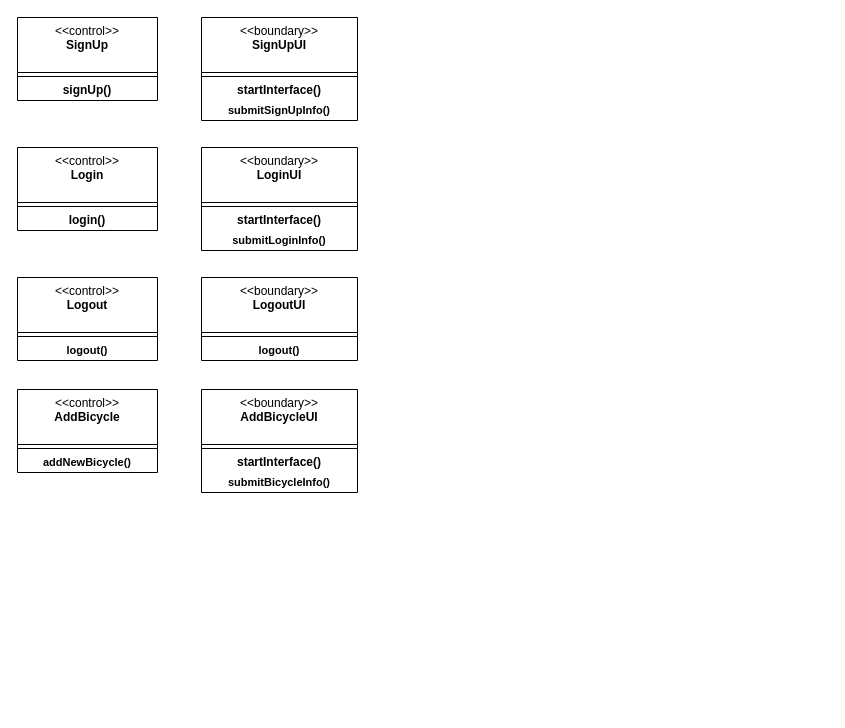
hoyun06/2025-hongik-se-hw-2 keeps this draw.io diagram as HW2-1/analysis class diagram.drawio. Above is the earlier version. Source tidied: cells renumbered, new cells numbered last; positions are measured from the earlier drawing's top-left corner, leaving out a move shared by most shapes. Both pictures are drawn from the tidied source at 100%, with x=0, y=0 at pixel (17, 17).
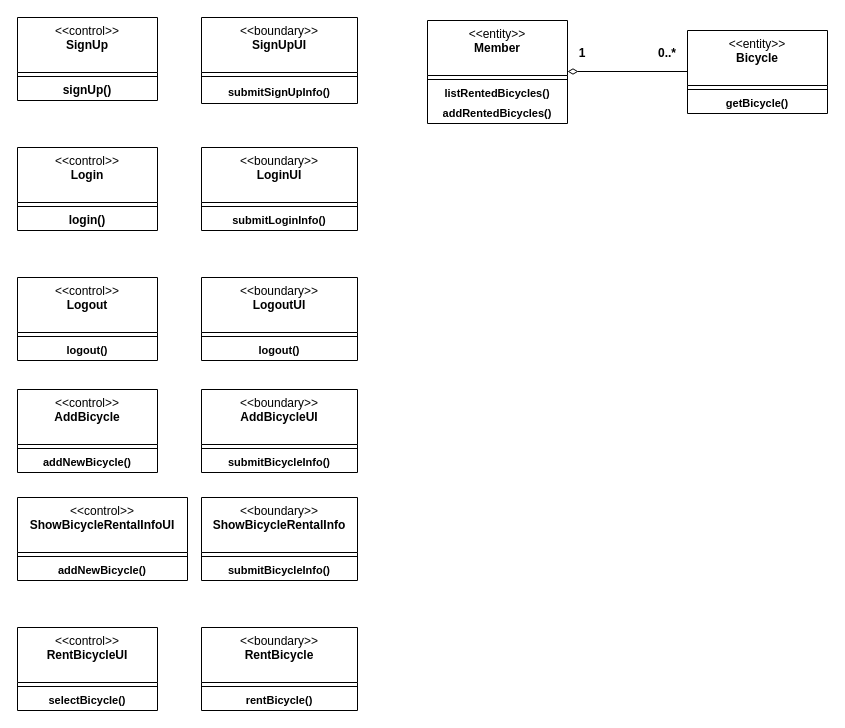
The same diagram, later.

Commit message:
[HW2-1] analysis class diagram 작업

The edit, as a diff of the source:
```diff
@@
     <mxCell id="5" value="&amp;lt;&amp;lt;boundary&amp;gt;&amp;gt;&lt;br&gt;&lt;b&gt;SignUpUI&lt;/b&gt;" style="swimlane;fontStyle=0;align=center;verticalAlign=top;horizontal=1;startSize=55;html=1;whiteSpace=wrap;" parent="1" vertex="1">
-      <mxGeometry x="184" width="156" height="103" as="geometry" />
+      <mxGeometry x="184" width="156" height="86" as="geometry" />
     </mxCell>
@@
-    <mxCell id="7" value="&lt;b&gt;startInterface()&lt;/b&gt;" style="text;html=1;strokeColor=none;fillColor=none;align=center;verticalAlign=middle;spacingLeft=4;spacingRight=4;overflow=hidden;whiteSpace=wrap;" parent="5" vertex="1">
-      <mxGeometry y="63" width="156" height="20" as="geometry" />
-    </mxCell>
     <mxCell id="8" value="&lt;b style=&quot;font-size: 11px; text-wrap-mode: nowrap;&quot;&gt;submitSignUpInfo()&lt;/b&gt;" style="text;html=1;strokeColor=none;fillColor=none;align=center;verticalAlign=middle;spacingLeft=4;spacingRight=4;overflow=hidden;whiteSpace=wrap;" parent="5" vertex="1">
-      <mxGeometry y="83" width="156" height="20" as="geometry" />
+      <mxGeometry y="63" width="156" height="23" as="geometry" />
     </mxCell>
@@
     <mxCell id="12" value="&amp;lt;&amp;lt;boundary&amp;gt;&amp;gt;&lt;br&gt;&lt;b&gt;LoginUI&lt;/b&gt;" style="swimlane;fontStyle=0;align=center;verticalAlign=top;horizontal=1;startSize=55;html=1;whiteSpace=wrap;" parent="1" vertex="1">
-      <mxGeometry x="184" y="130" width="156" height="103" as="geometry" />
+      <mxGeometry x="184" y="130" width="156" height="83" as="geometry" />
     </mxCell>
@@
-    <mxCell id="14" value="&lt;b&gt;startInterface()&lt;/b&gt;" style="text;html=1;strokeColor=none;fillColor=none;align=center;verticalAlign=middle;spacingLeft=4;spacingRight=4;overflow=hidden;whiteSpace=wrap;" parent="12" vertex="1">
-      <mxGeometry y="63" width="156" height="20" as="geometry" />
-    </mxCell>
     <mxCell id="15" value="&lt;b style=&quot;font-size: 11px; text-wrap-mode: nowrap;&quot;&gt;submitLoginInfo()&lt;/b&gt;" style="text;html=1;strokeColor=none;fillColor=none;align=center;verticalAlign=middle;spacingLeft=4;spacingRight=4;overflow=hidden;whiteSpace=wrap;" parent="12" vertex="1">
-      <mxGeometry y="83" width="156" height="20" as="geometry" />
+      <mxGeometry y="63" width="156" height="20" as="geometry" />
     </mxCell>
@@
     <mxCell id="25" value="&amp;lt;&amp;lt;boundary&amp;gt;&amp;gt;&lt;br&gt;&lt;b&gt;AddBicycleUI&lt;/b&gt;" style="swimlane;fontStyle=0;align=center;verticalAlign=top;horizontal=1;startSize=55;html=1;whiteSpace=wrap;" parent="1" vertex="1">
-      <mxGeometry x="184" y="372" width="156" height="103" as="geometry" />
+      <mxGeometry x="184" y="372" width="156" height="83" as="geometry" />
     </mxCell>
@@
-    <mxCell id="27" value="&lt;b&gt;startInterface()&lt;/b&gt;" style="text;html=1;strokeColor=none;fillColor=none;align=center;verticalAlign=middle;spacingLeft=4;spacingRight=4;overflow=hidden;whiteSpace=wrap;" parent="25" vertex="1">
-      <mxGeometry y="63" width="156" height="20" as="geometry" />
-    </mxCell>
     <mxCell id="28" value="&lt;b style=&quot;font-size: 11px; text-wrap-mode: nowrap;&quot;&gt;submitBicycleInfo()&lt;/b&gt;" style="text;html=1;strokeColor=none;fillColor=none;align=center;verticalAlign=middle;spacingLeft=4;spacingRight=4;overflow=hidden;whiteSpace=wrap;" parent="25" vertex="1">
-      <mxGeometry y="83" width="156" height="20" as="geometry" />
+      <mxGeometry y="63" width="156" height="20" as="geometry" />
     </mxCell>
+    <mxCell id="29" value="&amp;lt;&amp;lt;control&amp;gt;&amp;gt;&lt;br&gt;&lt;b&gt;ShowBicycleRentalInfoUI&lt;/b&gt;" style="swimlane;fontStyle=0;align=center;verticalAlign=top;horizontal=1;startSize=55;html=1;whiteSpace=wrap;" parent="1" vertex="1">
+      <mxGeometry y="480" width="170" height="83" as="geometry" />
+    </mxCell>
+    <mxCell id="30" style="line;strokeWidth=1;fillColor=none;align=left;verticalAlign=middle;spacingTop=-1;spacingLeft=3;spacingRight=3;labelPosition=right;" parent="29" vertex="1">
+      <mxGeometry y="55" width="170" height="8" as="geometry" />
+    </mxCell>
+    <mxCell id="31" value="&lt;b style=&quot;font-size: 11px; text-wrap-mode: nowrap;&quot;&gt;addNewBicycle()&lt;/b&gt;" style="text;html=1;strokeColor=none;fillColor=none;align=center;verticalAlign=middle;spacingLeft=4;spacingRight=4;overflow=hidden;whiteSpace=wrap;" parent="29" vertex="1">
+      <mxGeometry y="63" width="170" height="20" as="geometry" />
+    </mxCell>
+    <mxCell id="32" value="&amp;lt;&amp;lt;boundary&amp;gt;&amp;gt;&lt;br&gt;&lt;b&gt;ShowBicycleRentalInfo&lt;/b&gt;" style="swimlane;fontStyle=0;align=center;verticalAlign=top;horizontal=1;startSize=55;html=1;whiteSpace=wrap;" parent="1" vertex="1">
+      <mxGeometry x="184" y="480" width="156" height="83" as="geometry" />
+    </mxCell>
+    <mxCell id="33" style="line;strokeWidth=1;fillColor=none;align=left;verticalAlign=middle;spacingTop=-1;spacingLeft=3;spacingRight=3;labelPosition=right;" parent="32" vertex="1">
+      <mxGeometry y="55" width="156" height="8" as="geometry" />
+    </mxCell>
+    <mxCell id="34" value="&lt;b style=&quot;font-size: 11px; text-wrap-mode: nowrap;&quot;&gt;submitBicycleInfo()&lt;/b&gt;" style="text;html=1;strokeColor=none;fillColor=none;align=center;verticalAlign=middle;spacingLeft=4;spacingRight=4;overflow=hidden;whiteSpace=wrap;" parent="32" vertex="1">
+      <mxGeometry y="63" width="156" height="20" as="geometry" />
+    </mxCell>
+    <mxCell id="35" value="&amp;lt;&amp;lt;control&amp;gt;&amp;gt;&lt;br&gt;&lt;b&gt;RentBicycleUI&lt;/b&gt;" style="swimlane;fontStyle=0;align=center;verticalAlign=top;horizontal=1;startSize=55;html=1;whiteSpace=wrap;" parent="1" vertex="1">
+      <mxGeometry y="610" width="140" height="83" as="geometry" />
+    </mxCell>
+    <mxCell id="36" style="line;strokeWidth=1;fillColor=none;align=left;verticalAlign=middle;spacingTop=-1;spacingLeft=3;spacingRight=3;labelPosition=right;" parent="35" vertex="1">
+      <mxGeometry y="55" width="140" height="8" as="geometry" />
+    </mxCell>
+    <mxCell id="37" value="&lt;b style=&quot;font-size: 11px; text-wrap-mode: nowrap;&quot;&gt;selectBicycle()&lt;/b&gt;" style="text;html=1;strokeColor=none;fillColor=none;align=center;verticalAlign=middle;spacingLeft=4;spacingRight=4;overflow=hidden;whiteSpace=wrap;" parent="35" vertex="1">
+      <mxGeometry y="63" width="140" height="20" as="geometry" />
+    </mxCell>
+    <mxCell id="38" value="&amp;lt;&amp;lt;boundary&amp;gt;&amp;gt;&lt;br&gt;&lt;b&gt;RentBicycle&lt;/b&gt;" style="swimlane;fontStyle=0;align=center;verticalAlign=top;horizontal=1;startSize=55;html=1;whiteSpace=wrap;" parent="1" vertex="1">
+      <mxGeometry x="184" y="610" width="156" height="83" as="geometry" />
+    </mxCell>
+    <mxCell id="39" style="line;strokeWidth=1;fillColor=none;align=left;verticalAlign=middle;spacingTop=-1;spacingLeft=3;spacingRight=3;labelPosition=right;" parent="38" vertex="1">
+      <mxGeometry y="55" width="156" height="8" as="geometry" />
+    </mxCell>
+    <mxCell id="40" value="&lt;b style=&quot;font-size: 11px; text-wrap-mode: nowrap;&quot;&gt;rentBicycle()&lt;/b&gt;" style="text;html=1;strokeColor=none;fillColor=none;align=center;verticalAlign=middle;spacingLeft=4;spacingRight=4;overflow=hidden;whiteSpace=wrap;" parent="38" vertex="1">
+      <mxGeometry y="63" width="156" height="20" as="geometry" />
+    </mxCell>
+    <mxCell id="41" value="&amp;lt;&amp;lt;entity&amp;gt;&amp;gt;&lt;br&gt;&lt;b&gt;Bicycle&lt;/b&gt;" style="swimlane;fontStyle=0;align=center;verticalAlign=top;horizontal=1;startSize=55;html=1;whiteSpace=wrap;" parent="1" vertex="1">
+      <mxGeometry x="670" y="13" width="140" height="83" as="geometry" />
+    </mxCell>
+    <mxCell id="42" style="line;strokeWidth=1;fillColor=none;align=left;verticalAlign=middle;spacingTop=-1;spacingLeft=3;spacingRight=3;labelPosition=right;" parent="41" vertex="1">
+      <mxGeometry y="55" width="140" height="8" as="geometry" />
+    </mxCell>
+    <mxCell id="43" value="&lt;b style=&quot;font-size: 11px; text-wrap-mode: nowrap;&quot;&gt;getBicycle()&lt;/b&gt;" style="text;html=1;strokeColor=none;fillColor=none;align=center;verticalAlign=middle;spacingLeft=4;spacingRight=4;overflow=hidden;whiteSpace=wrap;" parent="41" vertex="1">
+      <mxGeometry y="63" width="140" height="20" as="geometry" />
+    </mxCell>
+    <mxCell id="44" value="&amp;lt;&amp;lt;entity&amp;gt;&amp;gt;&lt;br&gt;&lt;b&gt;Member&lt;/b&gt;" style="swimlane;fontStyle=0;align=center;verticalAlign=top;horizontal=1;startSize=55;html=1;whiteSpace=wrap;" parent="1" vertex="1">
+      <mxGeometry x="410" y="3" width="140" height="103" as="geometry" />
+    </mxCell>
+    <mxCell id="45" style="line;strokeWidth=1;fillColor=none;align=left;verticalAlign=middle;spacingTop=-1;spacingLeft=3;spacingRight=3;labelPosition=right;" parent="44" vertex="1">
+      <mxGeometry y="55" width="140" height="8" as="geometry" />
+    </mxCell>
+    <mxCell id="46" value="&lt;b style=&quot;font-size: 11px; text-wrap-mode: nowrap;&quot;&gt;listRentedBicycles()&lt;/b&gt;" style="text;html=1;strokeColor=none;fillColor=none;align=center;verticalAlign=middle;spacingLeft=4;spacingRight=4;overflow=hidden;whiteSpace=wrap;" parent="44" vertex="1">
+      <mxGeometry y="63" width="140" height="20" as="geometry" />
+    </mxCell>
+    <mxCell id="47" value="&lt;b style=&quot;font-size: 11px; text-wrap-mode: nowrap;&quot;&gt;addRentedBicycles()&lt;/b&gt;" style="text;html=1;strokeColor=none;fillColor=none;align=center;verticalAlign=middle;spacingLeft=4;spacingRight=4;overflow=hidden;whiteSpace=wrap;" parent="44" vertex="1">
+      <mxGeometry y="83" width="140" height="20" as="geometry" />
+    </mxCell>
+    <mxCell id="48" style="endArrow=none;startArrow=diamondThin;endFill=0;startFill=0;html=1;verticalAlign=bottom;labelBackgroundColor=none;strokeWidth=1;startSize=8;endSize=8;rounded=0;" parent="1" edge="1">
+      <mxGeometry relative="1" as="geometry">
+        <mxPoint x="550" y="54" as="sourcePoint" />
+        <mxPoint x="670" y="54" as="targetPoint" />
+      </mxGeometry>
+    </mxCell>
+    <mxCell id="49" value="&lt;b&gt;1&lt;/b&gt;" style="text;html=1;align=center;verticalAlign=middle;whiteSpace=wrap;rounded=0;" parent="1" vertex="1">
+      <mxGeometry x="535" y="21" width="60" height="30" as="geometry" />
+    </mxCell>
+    <mxCell id="50" value="&lt;b&gt;0..*&lt;/b&gt;" style="text;html=1;align=center;verticalAlign=middle;whiteSpace=wrap;rounded=0;" parent="1" vertex="1">
+      <mxGeometry x="620" y="21" width="60" height="30" as="geometry" />
+    </mxCell>
```
